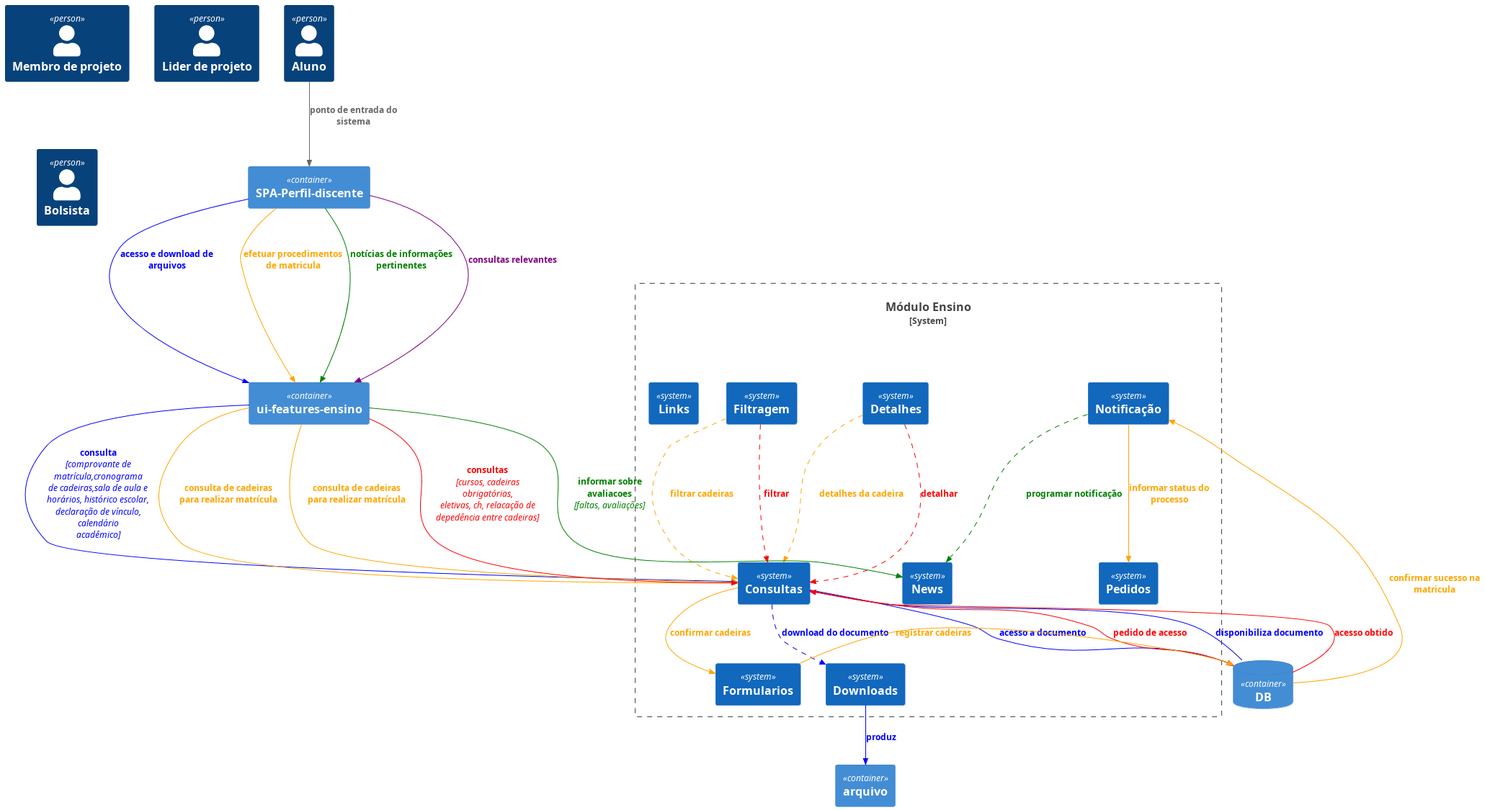
This is resources/BCEnsino/C4_Elements.png from EGmux/APS-2023.2-SIGAA, a PlantUML export, as it was before one commit.
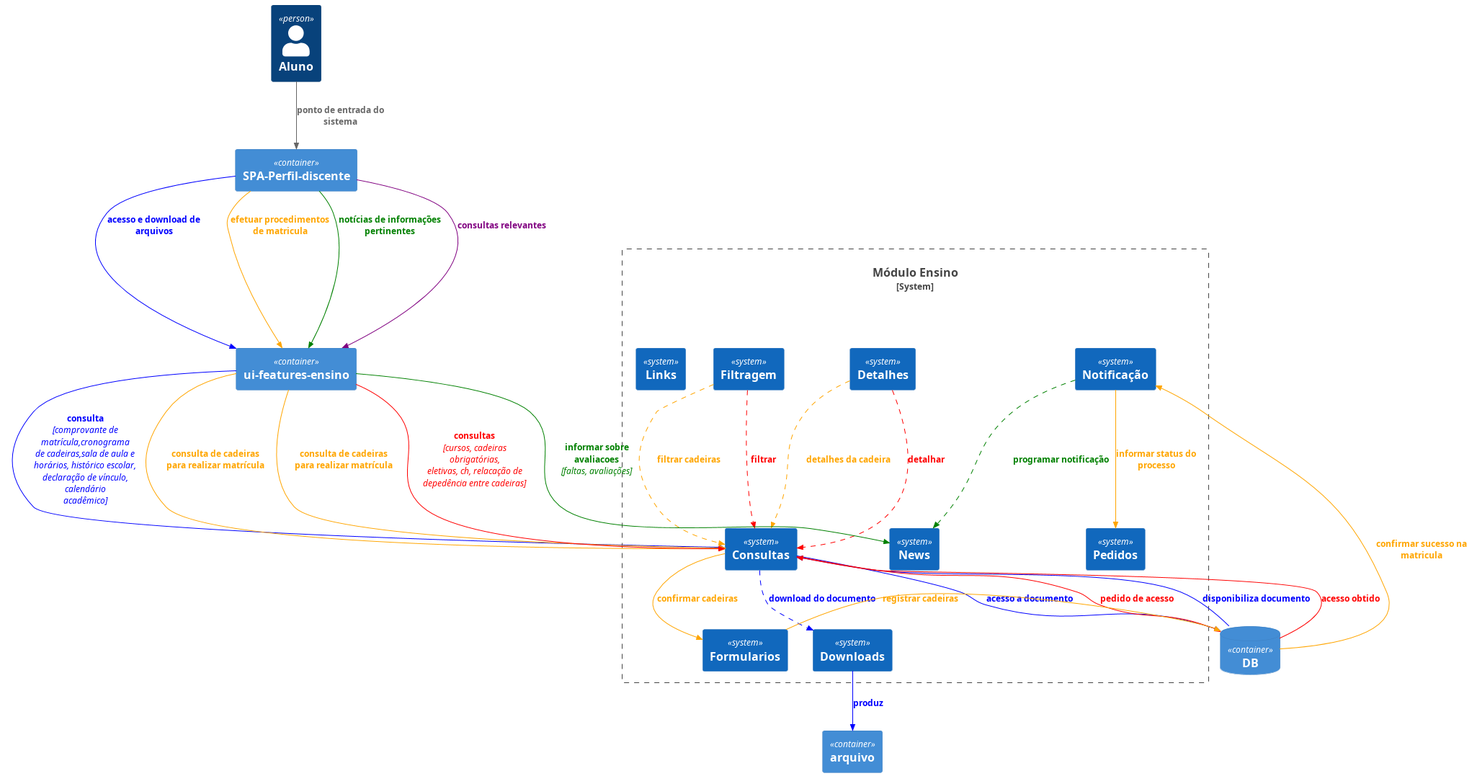
The same diagram one commit later.

Commit message:
fix(BCEnsino/C4_Elements.png): gerara images do diagrama

What changed in the source:
```diff
@@ -3,9 +3,6 @@
 
 Person(aluno, "Aluno")
 
-Person(membrosDeProjeto, "Membro de projeto")
-Person(liderDeProjeto, "Lider de projeto")
-Person(bolsista, "Bolsista")
 Person(aluno, "Aluno")
 
 AddRelTag("u1d", $textColor="blue", $lineColor="blue", $lineStyle = DashedLine())
```
